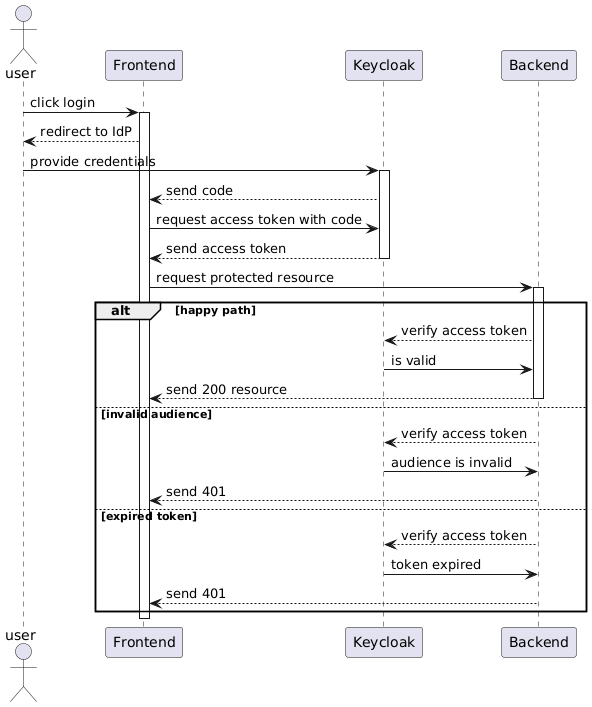
This is be/docs/sequenceLogin.png from Davidcode2/teachme, a PlantUML export, as it was before one commit. The source it was exported from:
```plantuml
@startuml
actor user as user

user -> Frontend: click login
activate Frontend
Frontend --> user: redirect to IdP
user -> Keycloak: provide credentials

activate Keycloak
Keycloak --> Frontend: send code
Frontend -> Keycloak: request access token with code
Keycloak --> Frontend: send access token
deactivate Keycloak

Frontend -> Backend: request protected resource

alt happy path

  activate Backend
  Backend --> Keycloak: verify access token
  Keycloak -> Backend: is valid
  Backend --> Frontend: send 200 resource
  deactivate Backend

else invalid audience

  Backend --> Keycloak: verify access token
  Keycloak -> Backend: audience is invalid
  Backend --> Frontend: send 401

else expired token

  Backend --> Keycloak: verify access token
  Keycloak -> Backend: token expired
  Backend --> Frontend: send 401

end

deactivate Frontend

@enduml
```
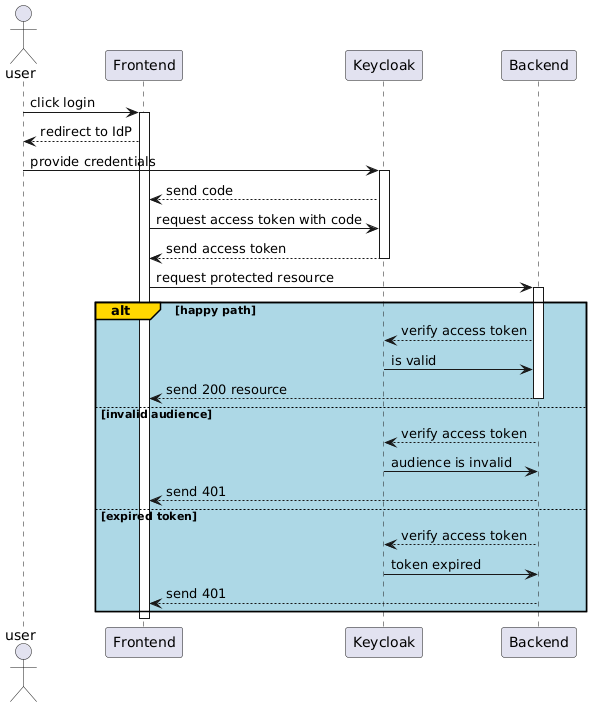
Above is the later version.

The edit, as a diff of the source:
```diff
@@ -14,7 +14,7 @@
 
 Frontend -> Backend: request protected resource
 
-alt happy path
+alt#Gold #LightBlue happy path
 
   activate Backend
   Backend --> Keycloak: verify access token
```
